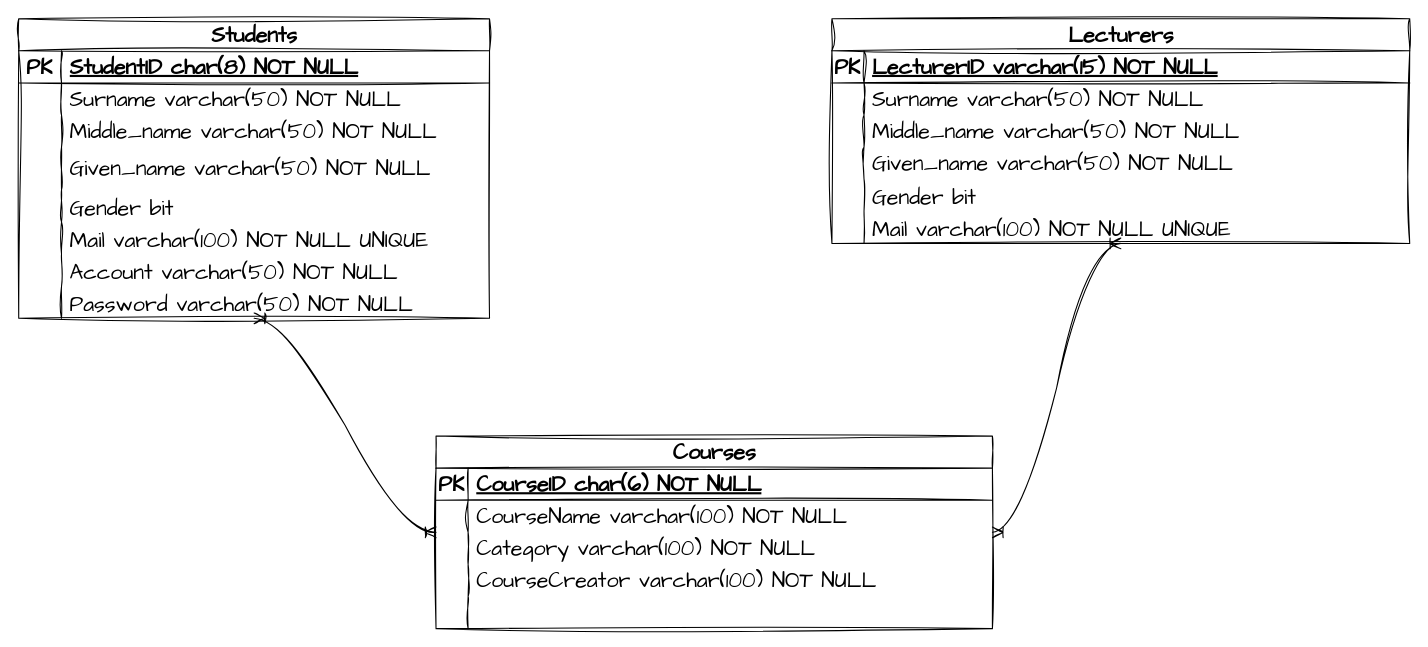
Above: Untitled Diagram.drawio in Adota2107/CMS_ERD_Diagram (draw.io), before the change. Source tidied: cells renumbered, new cells numbered last; positions are measured from the earlier drawing's top-left corner, leaving out a move shared by most shapes. Both pictures are drawn from the tidied source at 107%, with x=0, y=0 at pixel (18, 18).
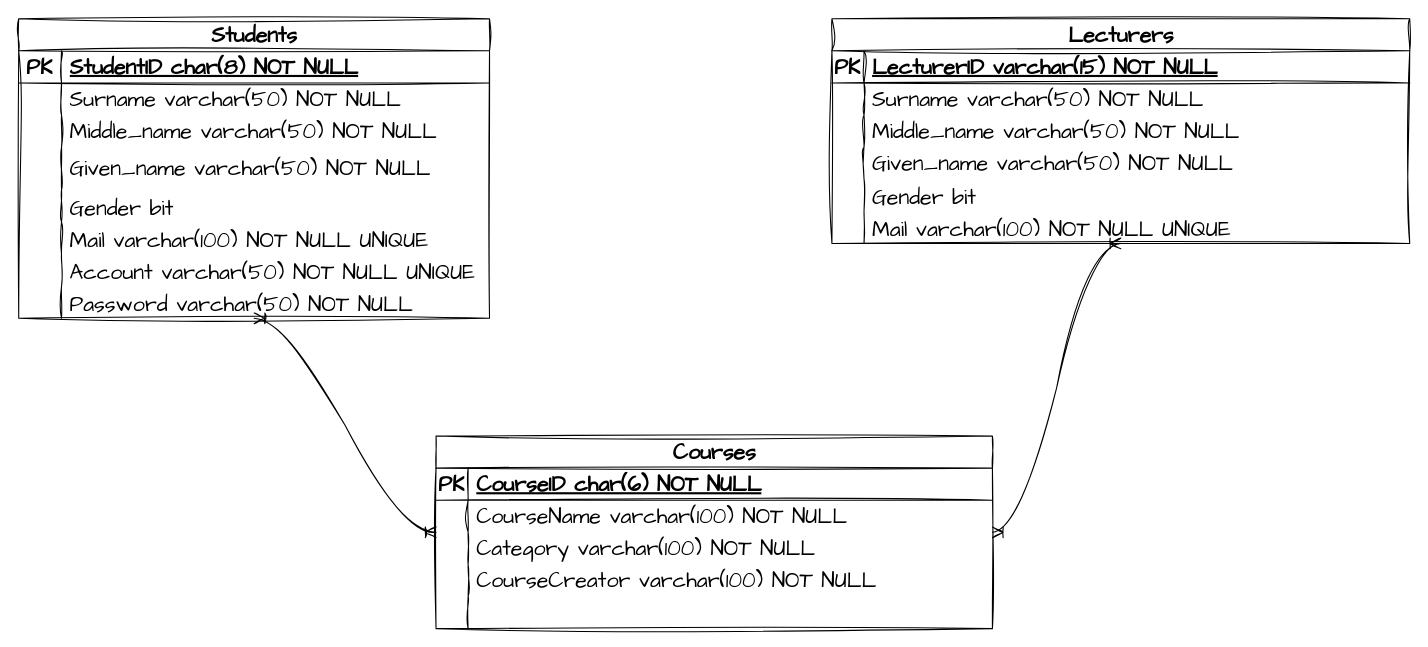
Above is the later version.

Commit message:
update unique to account

Unchanged cells that the change refers to:
```xml
<mxCell id="21" style="shape=tableRow;horizontal=0;startSize=0;swimlaneHead=0;swimlaneBody=0;fillColor=none;top=0;left=0;right=0;bottom=0;sketch=1;hachureGap=4;jiggle=2;curveFitting=1;fontFamily=Architects Daughter;fontSize=20;" parent="2" vertex="1">
  <mxGeometry y="220" width="440" height="30" as="geometry" />
</mxCell>
```

Diff of the diagram source:
```diff
@@
-    <mxCell id="23" value="Account varchar(50) NOT NULL" style="shape=partialRectangle;fillColor=none;top=0;left=0;bottom=0;right=0;align=left;spacingLeft=6;overflow=hidden;sketch=1;hachureGap=4;jiggle=2;curveFitting=1;fontFamily=Architects Daughter;fontSize=20;" parent="21" vertex="1">
+    <mxCell id="23" value="Account varchar(50) NOT NULL UNIQUE" style="shape=partialRectangle;fillColor=none;top=0;left=0;bottom=0;right=0;align=left;spacingLeft=6;overflow=hidden;sketch=1;hachureGap=4;jiggle=2;curveFitting=1;fontFamily=Architects Daughter;fontSize=20;" parent="21" vertex="1">
       <mxGeometry x="40" width="400" height="30" as="geometry" />
     </mxCell>
```
